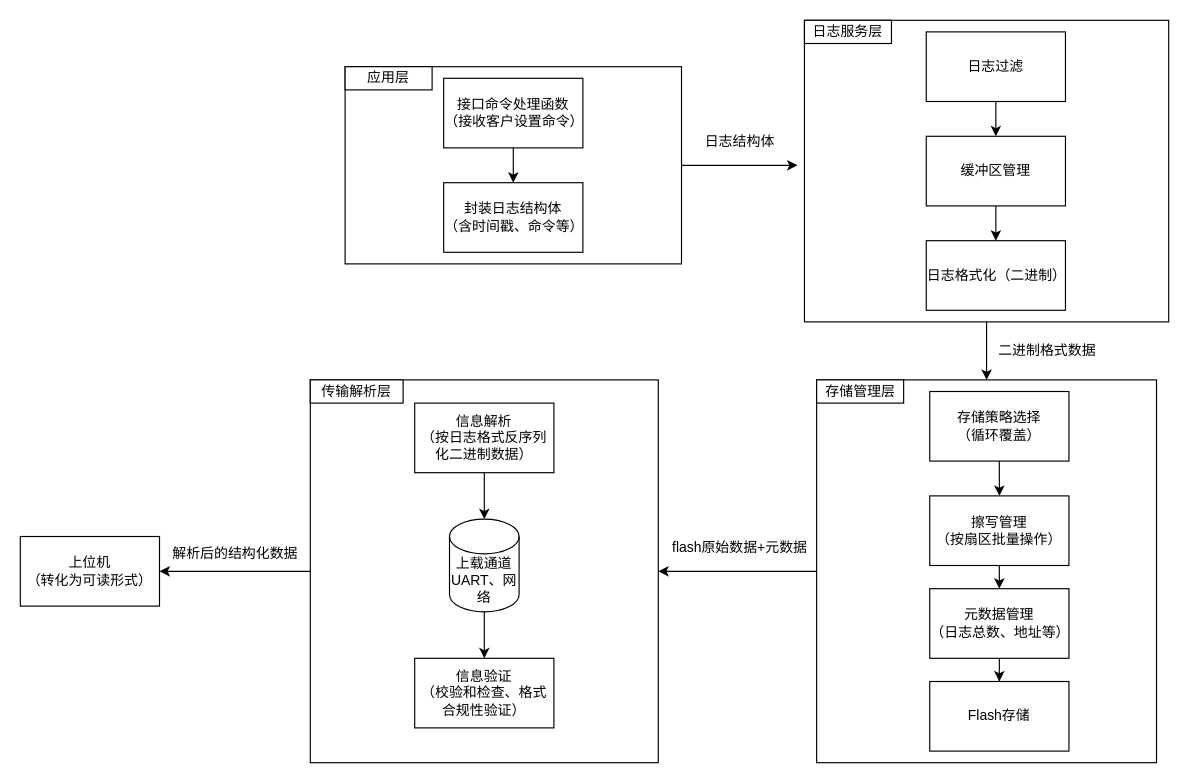
Before: page "第 6 页" (6 of 11) of 未命名绘图1.drawio in WHUT-LHT/hello-world, a draw.io diagram. Source tidied: cells renumbered, new cells numbered last; positions are measured from the earlier drawing's top-left corner, leaving out a move shared by most shapes. Both pictures are drawn from the tidied source at 116%, with x=0, y=0 at pixel (20, 20).
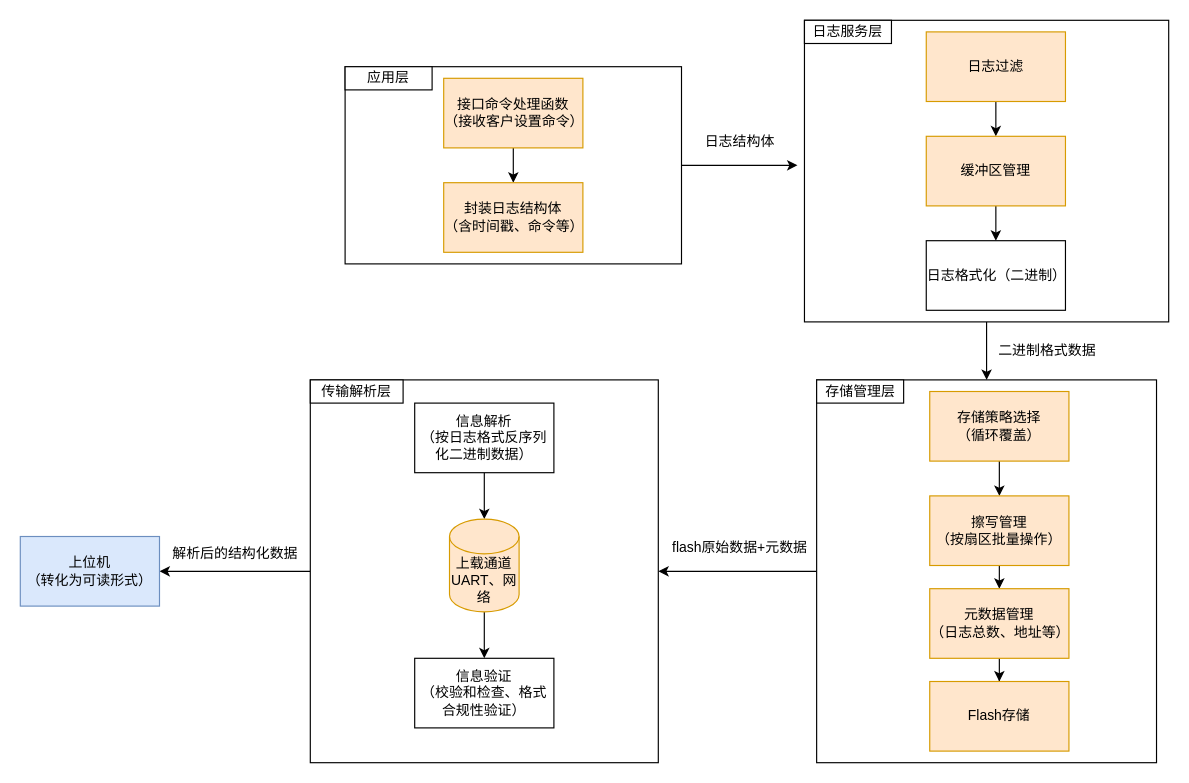
After the change.

Commit message:
更新未命名绘图1.drawio

Change to the diagram source:
```diff
@@
-    <mxCell id="8" value="接口命令处理函数&lt;div&gt;（接收客户设置命令）&lt;/div&gt;" style="rounded=0;whiteSpace=wrap;html=1;" parent="1" vertex="1">
+    <mxCell id="8" value="接口命令处理函数&lt;div&gt;（接收客户设置命令）&lt;/div&gt;" style="rounded=0;whiteSpace=wrap;html=1;fillColor=#ffe6cc;strokeColor=#d79b00;" parent="1" vertex="1">
       <mxGeometry x="365" y="50" width="120" height="60" as="geometry" />
     </mxCell>
-    <mxCell id="9" value="封装日志结构体&lt;div&gt;（含时间戳、命令等）&lt;/div&gt;" style="rounded=0;whiteSpace=wrap;html=1;" parent="1" vertex="1">
+    <mxCell id="9" value="封装日志结构体&lt;div&gt;（含时间戳、命令等）&lt;/div&gt;" style="rounded=0;whiteSpace=wrap;html=1;fillColor=#ffe6cc;strokeColor=#d79b00;" parent="1" vertex="1">
       <mxGeometry x="365" y="140" width="120" height="60" as="geometry" />
     </mxCell>
@@
-    <mxCell id="11" value="日志过滤" style="rounded=0;whiteSpace=wrap;html=1;" parent="1" vertex="1">
+    <mxCell id="11" value="日志过滤" style="rounded=0;whiteSpace=wrap;html=1;fillColor=#ffe6cc;strokeColor=#d79b00;" parent="1" vertex="1">
       <mxGeometry x="781" y="10" width="120" height="60" as="geometry" />
     </mxCell>
@@
-    <mxCell id="13" value="缓冲区管理" style="rounded=0;whiteSpace=wrap;html=1;" parent="1" vertex="1">
+    <mxCell id="13" value="缓冲区管理" style="rounded=0;whiteSpace=wrap;html=1;fillColor=#ffe6cc;strokeColor=#d79b00;" parent="1" vertex="1">
       <mxGeometry x="781" y="100" width="120" height="60" as="geometry" />
     </mxCell>
@@
-    <mxCell id="20" value="存储策略选择&lt;div&gt;（循环覆盖）&lt;/div&gt;" style="rounded=0;whiteSpace=wrap;html=1;" parent="1" vertex="1">
+    <mxCell id="20" value="存储策略选择&lt;div&gt;（循环覆盖）&lt;/div&gt;" style="rounded=0;whiteSpace=wrap;html=1;fillColor=#ffe6cc;strokeColor=#d79b00;" parent="1" vertex="1">
       <mxGeometry x="784" y="320" width="120" height="60" as="geometry" />
     </mxCell>
@@
-    <mxCell id="22" value="擦写管理&lt;div&gt;（按扇区批量操作）&lt;/div&gt;" style="rounded=0;whiteSpace=wrap;html=1;" parent="1" vertex="1">
+    <mxCell id="22" value="擦写管理&lt;div&gt;（按扇区批量操作）&lt;/div&gt;" style="rounded=0;whiteSpace=wrap;html=1;fillColor=#ffe6cc;strokeColor=#d79b00;" parent="1" vertex="1">
       <mxGeometry x="784" y="410" width="120" height="60" as="geometry" />
     </mxCell>
@@
-    <mxCell id="24" value="元数据管理&lt;div&gt;（日志总数、地址等）&lt;/div&gt;" style="rounded=0;whiteSpace=wrap;html=1;" parent="1" vertex="1">
+    <mxCell id="24" value="元数据管理&lt;div&gt;（日志总数、地址等）&lt;/div&gt;" style="rounded=0;whiteSpace=wrap;html=1;fillColor=#ffe6cc;strokeColor=#d79b00;" parent="1" vertex="1">
       <mxGeometry x="784" y="490" width="120" height="60" as="geometry" />
     </mxCell>
-    <mxCell id="25" value="Flash存储" style="rounded=0;whiteSpace=wrap;html=1;" parent="1" vertex="1">
+    <mxCell id="25" value="Flash存储" style="rounded=0;whiteSpace=wrap;html=1;fillColor=#ffe6cc;strokeColor=#d79b00;" parent="1" vertex="1">
       <mxGeometry x="784" y="570" width="120" height="60" as="geometry" />
     </mxCell>
@@
-    <mxCell id="33" value="上载通道UART、网络" style="shape=cylinder3;whiteSpace=wrap;html=1;boundedLbl=1;backgroundOutline=1;size=15;" parent="1" vertex="1">
+    <mxCell id="33" value="上载通道UART、网络" style="shape=cylinder3;whiteSpace=wrap;html=1;boundedLbl=1;backgroundOutline=1;size=15;fillColor=#ffe6cc;strokeColor=#d79b00;" parent="1" vertex="1">
       <mxGeometry x="370" y="430" width="60" height="80" as="geometry" />
     </mxCell>
@@
-    <mxCell id="39" value="上位机&lt;div&gt;（转化为可读形式）&lt;/div&gt;" style="rounded=0;whiteSpace=wrap;html=1;" parent="1" vertex="1">
+    <mxCell id="39" value="上位机&lt;div&gt;（转化为可读形式）&lt;/div&gt;" style="rounded=0;whiteSpace=wrap;html=1;fillColor=#dae8fc;strokeColor=#6c8ebf;" parent="1" vertex="1">
       <mxGeometry y="445" width="120" height="60" as="geometry" />
     </mxCell>
```
